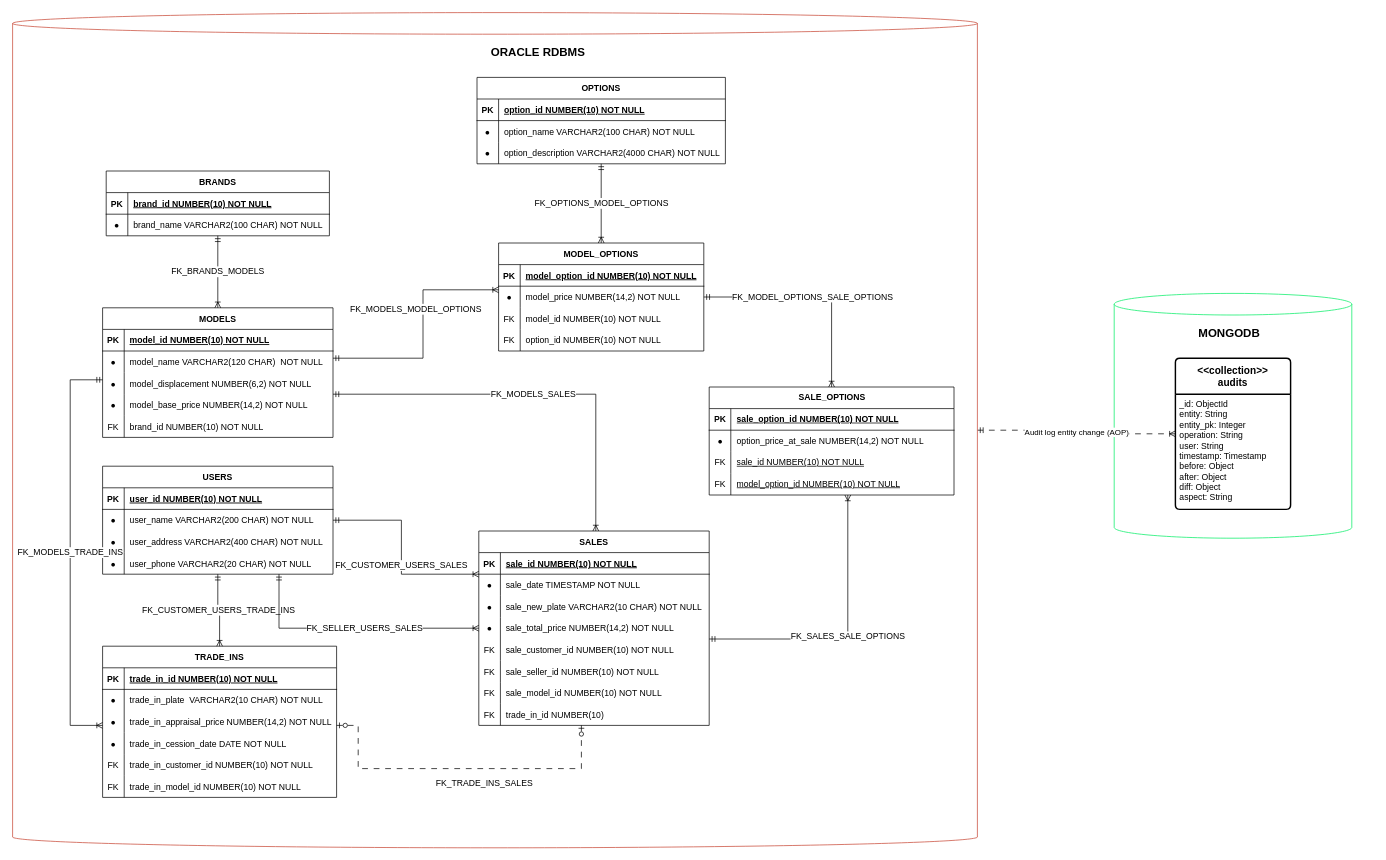
This is diagrams/motorledger_db_architecture_diagram.drawio from MotorLedger/MotorLedgerDesign, a draw.io file, before an edit. Source tidied: cells renumbered, new cells numbered last; positions are measured from the earlier drawing's top-left corner, leaving out a move shared by most shapes. Both pictures are drawn from the tidied source at 72%, with x=0, y=0 at pixel (12, 12).
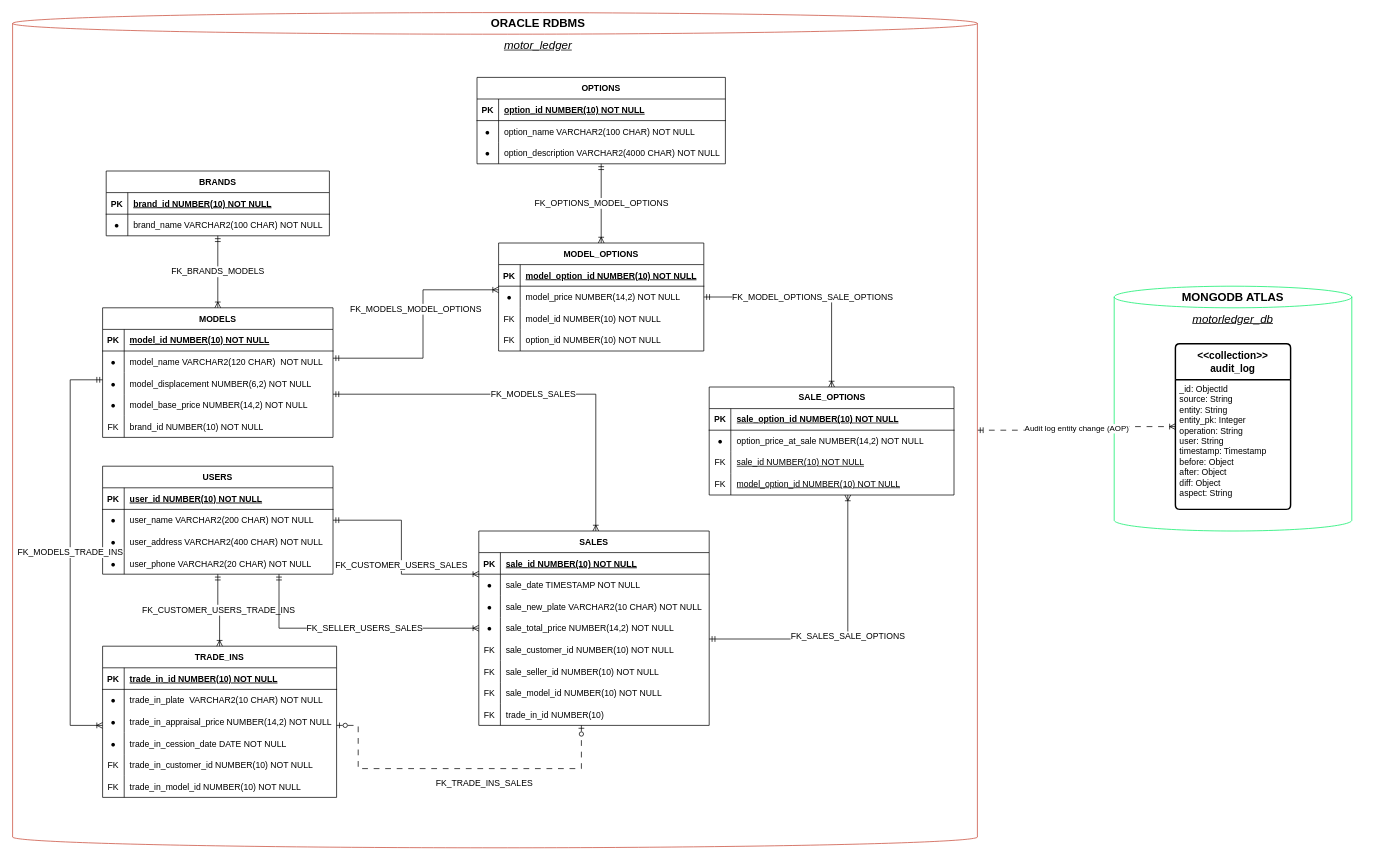
After the change.

Commit message (it also covers changes not shown here):
update the database architecture diagram

What changed in the source:
```diff
@@
     <mxCell id="2" style="shape=cylinder3;whiteSpace=wrap;html=1;boundedLbl=1;backgroundOutline=1;size=15;strokeColor=#00ED64;" parent="1" vertex="1">
-      <mxGeometry x="1530" y="390" width="330" height="340" as="geometry" />
+      <mxGeometry x="1530" y="380" width="330" height="340" as="geometry" />
     </mxCell>
@@
     <mxCell id="12" value="ORACLE RDBMS" style="text;html=1;align=center;verticalAlign=middle;whiteSpace=wrap;rounded=0;fontStyle=1;fontSize=16;" parent="1" vertex="1">
-      <mxGeometry x="120" y="40" width="1220" height="30" as="geometry" />
+      <mxGeometry x="120" width="1220" height="30" as="geometry" />
     </mxCell>
@@
-    <mxCell id="119" value="&lt;b&gt;&amp;lt;&amp;lt;collection&amp;gt;&amp;gt;&lt;br&gt;audits&lt;/b&gt;" style="swimlane;horizontal=1;startSize=50;rounded=1;fontSize=14;fontStyle=0;strokeWidth=2;shadow=0;dashed=0;align=center;arcSize=4;whiteSpace=wrap;html=1;" parent="1" vertex="1">
-      <mxGeometry x="1615" y="480" width="160" height="210" as="geometry" />
+    <mxCell id="119" value="&lt;b&gt;&amp;lt;&amp;lt;collection&amp;gt;&amp;gt;&lt;br&gt;audit_log&lt;/b&gt;" style="swimlane;horizontal=1;startSize=50;rounded=1;fontSize=14;fontStyle=0;strokeWidth=2;shadow=0;dashed=0;align=center;arcSize=4;whiteSpace=wrap;html=1;" parent="1" vertex="1">
+      <mxGeometry x="1615" y="460" width="160" height="230" as="geometry" />
     </mxCell>
-    <mxCell id="120" value="_id: ObjectId&lt;div&gt;entity: String&lt;/div&gt;&lt;div&gt;entity_pk: Integer&lt;/div&gt;&lt;div&gt;operation: String&lt;/div&gt;&lt;div&gt;user: String&lt;br&gt;timestamp: Timestamp&lt;br&gt;before: Object&lt;br&gt;after: Object&lt;br&gt;diff: Object&lt;br&gt;&lt;/div&gt;&lt;div&gt;aspect: String&lt;/div&gt;" style="align=left;strokeColor=none;fillColor=none;spacingLeft=4;spacingRight=4;fontSize=12;verticalAlign=top;html=1;whiteSpace=wrap;" parent="119" vertex="1">
-      <mxGeometry y="50" width="160" height="160" as="geometry" />
+    <mxCell id="120" value="_id: ObjectId&lt;div&gt;source: String&lt;br&gt;&lt;div&gt;entity: String&lt;/div&gt;&lt;div&gt;entity_pk: Integer&lt;/div&gt;&lt;div&gt;operation: String&lt;/div&gt;&lt;div&gt;user: String&lt;br&gt;timestamp: Timestamp&lt;br&gt;before: Object&lt;br&gt;after: Object&lt;br&gt;diff: Object&lt;br&gt;&lt;/div&gt;&lt;div&gt;aspect: String&lt;/div&gt;&lt;/div&gt;" style="align=left;strokeColor=none;fillColor=none;spacingLeft=4;spacingRight=4;fontSize=12;verticalAlign=top;html=1;whiteSpace=wrap;" parent="119" vertex="1">
+      <mxGeometry y="50" width="160" height="180" as="geometry" />
     </mxCell>
-    <mxCell id="121" value="MONGODB" style="text;html=1;align=center;verticalAlign=middle;whiteSpace=wrap;rounded=0;fontStyle=1;fontSize=16;" parent="1" vertex="1">
-      <mxGeometry x="1490" y="430" width="400" height="30" as="geometry" />
+    <mxCell id="121" value="MONGODB ATLAS" style="text;html=1;align=center;verticalAlign=middle;whiteSpace=wrap;rounded=0;fontStyle=1;fontSize=16;" parent="1" vertex="1">
+      <mxGeometry x="1530" y="380" width="330" height="30" as="geometry" />
     </mxCell>
@@
+    <mxCell id="136" value="motor_ledger" style="text;html=1;align=center;verticalAlign=middle;whiteSpace=wrap;rounded=0;fontStyle=6;fontSize=16;" parent="1" vertex="1">
+      <mxGeometry x="120" y="30" width="1220" height="30" as="geometry" />
+    </mxCell>
+    <mxCell id="137" value="&lt;span style=&quot;font-weight: normal;&quot;&gt;&lt;i&gt;&lt;u&gt;motorledger_db&lt;/u&gt;&lt;/i&gt;&lt;/span&gt;" style="text;html=1;align=center;verticalAlign=middle;whiteSpace=wrap;rounded=0;fontStyle=1;fontSize=16;" parent="1" vertex="1">
+      <mxGeometry x="1530" y="410" width="330" height="30" as="geometry" />
+    </mxCell>
```
